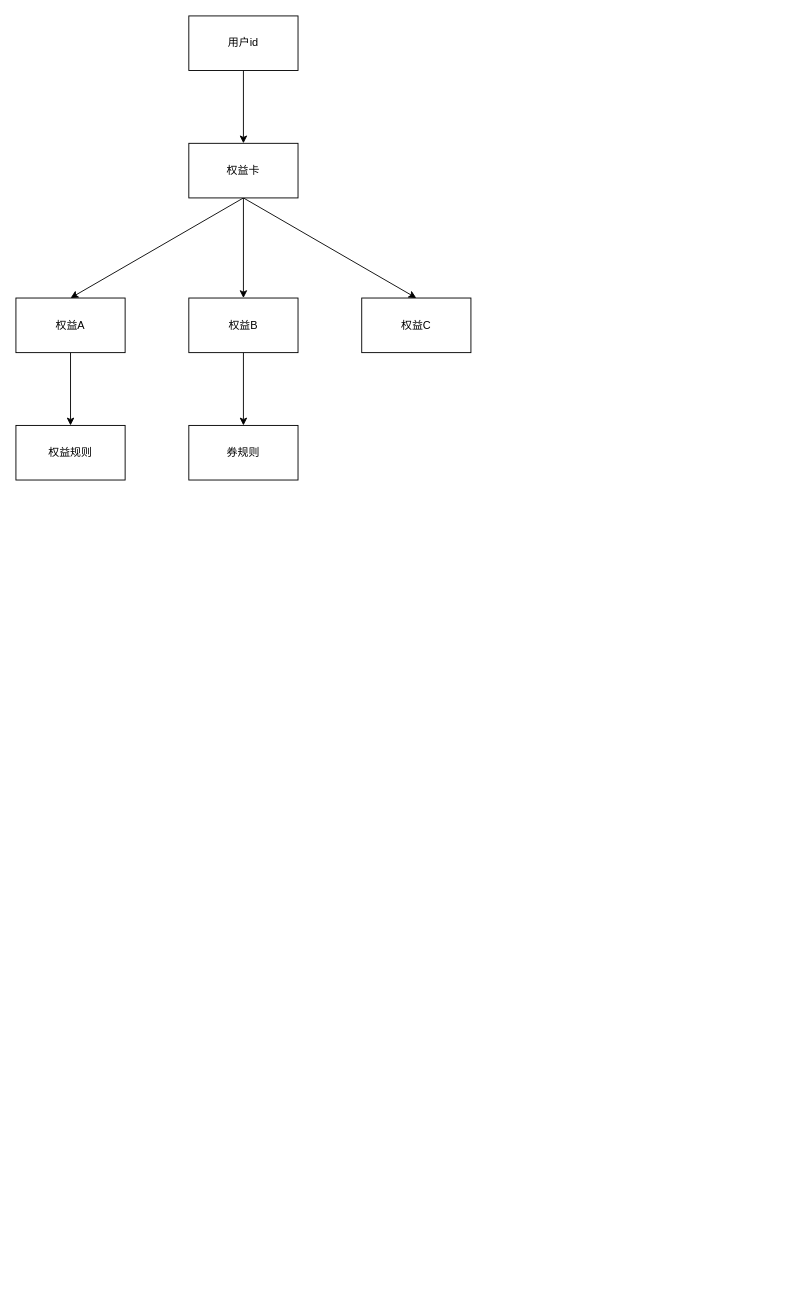
The draw.io diagram page "Page-24" (24 of 25) of Untitled Diagram.drawio in zengcrvip/basedemo, before the edit. Source tidied: cells renumbered, new cells numbered last; positions are measured from the earlier drawing's top-left corner, leaving out a move shared by most shapes. Both pictures are drawn from the tidied source at 91%, with x=0, y=0 at pixel (15, 15).
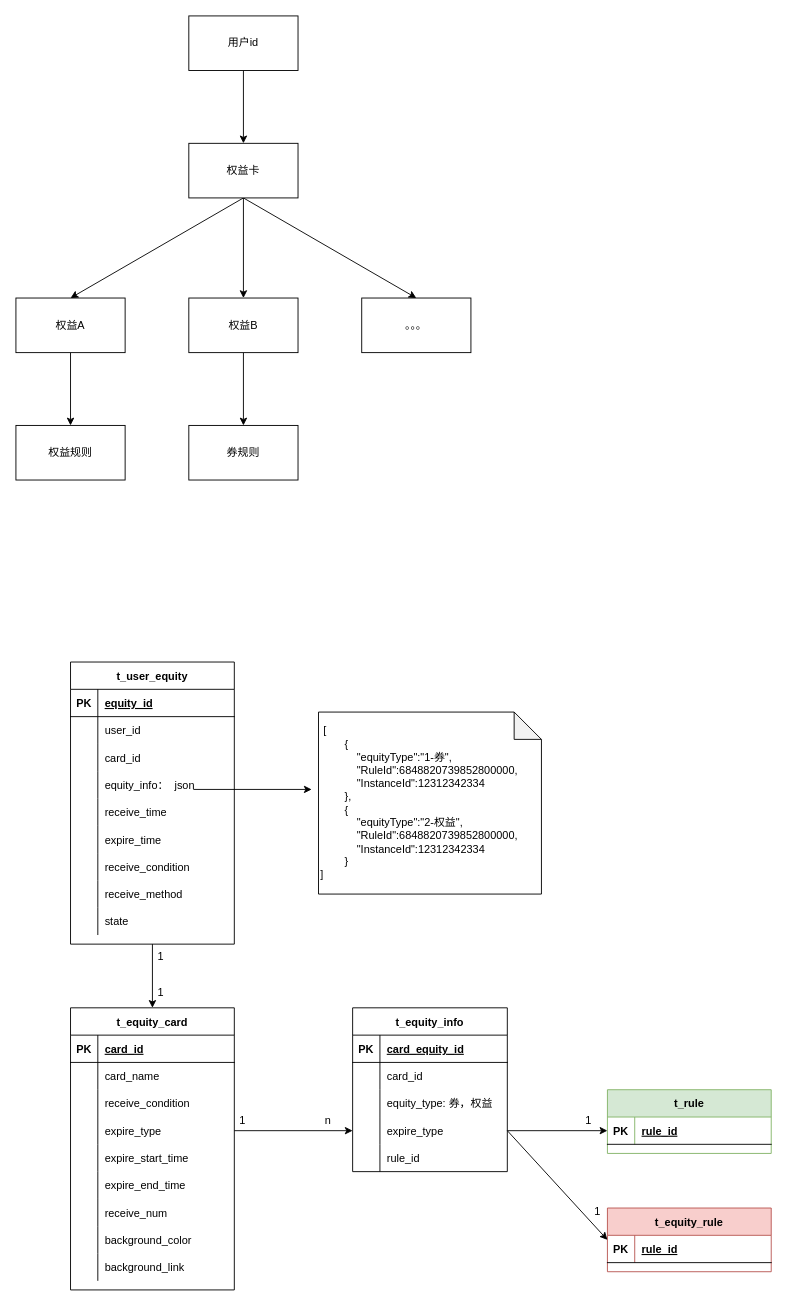
After the change.

Change to the diagram source:
```diff
@@
-    <mxCell id="12" value="权益C" style="rounded=0;whiteSpace=wrap;html=1;" parent="1" vertex="1">
+    <mxCell id="12" value="。。。" style="rounded=0;whiteSpace=wrap;html=1;" parent="1" vertex="1">
       <mxGeometry x="380" y="310" width="120" height="60" as="geometry" />
     </mxCell>
@@
+    <mxCell id="15" value="t_equity_card" style="shape=table;startSize=30;childLayout=tableLayout;rowLines=0;fontStyle=1;align=center;" parent="1" vertex="1">
+      <mxGeometry x="60" y="1090" width="180" height="310" as="geometry" />
+    </mxCell>
+    <mxCell id="16" style="shape=partialRectangle;fillColor=none;top=0;left=0;bottom=1;right=0;" parent="15" vertex="1">
+      <mxGeometry y="30" width="180" height="30" as="geometry" />
+    </mxCell>
+    <mxCell id="17" value="PK" style="shape=partialRectangle;fillColor=none;top=0;left=0;bottom=0;right=0;fontStyle=1;overflow=hidden;" parent="16" vertex="1">
+      <mxGeometry width="30" height="30" as="geometry" />
+    </mxCell>
+    <mxCell id="18" value="card_id" style="shape=partialRectangle;fillColor=none;top=0;left=0;bottom=0;right=0;align=left;spacingLeft=6;fontStyle=5;overflow=hidden;" parent="16" vertex="1">
+      <mxGeometry x="30" width="150" height="30" as="geometry" />
+    </mxCell>
+    <mxCell id="19" style="shape=partialRectangle;fillColor=none;top=0;left=0;bottom=0;right=0;" parent="15" vertex="1">
+      <mxGeometry y="60" width="180" height="30" as="geometry" />
+    </mxCell>
+    <mxCell id="20" style="shape=partialRectangle;fillColor=none;top=0;left=0;bottom=0;right=0;overflow=hidden;" parent="19" vertex="1">
+      <mxGeometry width="30" height="30" as="geometry" />
+    </mxCell>
+    <mxCell id="21" value="card_name" style="shape=partialRectangle;fillColor=none;top=0;left=0;bottom=0;right=0;align=left;spacingLeft=6;overflow=hidden;" parent="19" vertex="1">
+      <mxGeometry x="30" width="150" height="30" as="geometry" />
+    </mxCell>
+    <mxCell id="22" style="shape=partialRectangle;fillColor=none;top=0;left=0;bottom=0;right=0;" parent="15" vertex="1">
+      <mxGeometry y="90" width="180" height="30" as="geometry" />
+    </mxCell>
+    <mxCell id="23" style="shape=partialRectangle;fillColor=none;top=0;left=0;bottom=0;right=0;overflow=hidden;" parent="22" vertex="1">
+      <mxGeometry width="30" height="30" as="geometry" />
+    </mxCell>
+    <mxCell id="24" value="receive_condition" style="shape=partialRectangle;fillColor=none;top=0;left=0;bottom=0;right=0;align=left;spacingLeft=6;overflow=hidden;" parent="22" vertex="1">
+      <mxGeometry x="30" width="150" height="30" as="geometry" />
+    </mxCell>
+    <mxCell id="25" style="shape=partialRectangle;fillColor=none;top=0;left=0;bottom=0;right=0;points=[[0,0.5],[1,0.5]];portConstraint=eastwest;" parent="15" vertex="1">
+      <mxGeometry y="120" width="180" height="30" as="geometry" />
+    </mxCell>
+    <mxCell id="26" style="shape=partialRectangle;fillColor=none;top=0;left=0;bottom=0;right=0;overflow=hidden;" parent="25" vertex="1">
+      <mxGeometry width="30" height="30" as="geometry" />
+    </mxCell>
+    <mxCell id="27" value="expire_type" style="shape=partialRectangle;fillColor=none;top=0;left=0;bottom=0;right=0;align=left;spacingLeft=6;overflow=hidden;" parent="25" vertex="1">
+      <mxGeometry x="30" width="150" height="30" as="geometry" />
+    </mxCell>
+    <mxCell id="28" style="shape=partialRectangle;fillColor=none;top=0;left=0;bottom=0;right=0;" parent="15" vertex="1">
+      <mxGeometry y="150" width="180" height="30" as="geometry" />
+    </mxCell>
+    <mxCell id="29" style="shape=partialRectangle;fillColor=none;top=0;left=0;bottom=0;right=0;overflow=hidden;" parent="28" vertex="1">
+      <mxGeometry width="30" height="30" as="geometry" />
+    </mxCell>
+    <mxCell id="30" value="expire_start_time" style="shape=partialRectangle;fillColor=none;top=0;left=0;bottom=0;right=0;align=left;spacingLeft=6;overflow=hidden;" parent="28" vertex="1">
+      <mxGeometry x="30" width="150" height="30" as="geometry" />
+    </mxCell>
+    <mxCell id="31" style="shape=partialRectangle;fillColor=none;top=0;left=0;bottom=0;right=0;" parent="15" vertex="1">
+      <mxGeometry y="180" width="180" height="30" as="geometry" />
+    </mxCell>
+    <mxCell id="32" style="shape=partialRectangle;fillColor=none;top=0;left=0;bottom=0;right=0;overflow=hidden;" parent="31" vertex="1">
+      <mxGeometry width="30" height="30" as="geometry" />
+    </mxCell>
+    <mxCell id="33" value="expire_end_time" style="shape=partialRectangle;fillColor=none;top=0;left=0;bottom=0;right=0;align=left;spacingLeft=6;overflow=hidden;" parent="31" vertex="1">
+      <mxGeometry x="30" width="150" height="30" as="geometry" />
+    </mxCell>
+    <mxCell id="34" style="shape=partialRectangle;fillColor=none;top=0;left=0;bottom=0;right=0;" parent="15" vertex="1">
+      <mxGeometry y="210" width="180" height="30" as="geometry" />
+    </mxCell>
+    <mxCell id="35" style="shape=partialRectangle;fillColor=none;top=0;left=0;bottom=0;right=0;overflow=hidden;" parent="34" vertex="1">
+      <mxGeometry width="30" height="30" as="geometry" />
+    </mxCell>
+    <mxCell id="36" value="receive_num" style="shape=partialRectangle;fillColor=none;top=0;left=0;bottom=0;right=0;align=left;spacingLeft=6;overflow=hidden;" parent="34" vertex="1">
+      <mxGeometry x="30" width="150" height="30" as="geometry" />
+    </mxCell>
+    <mxCell id="37" style="shape=partialRectangle;fillColor=none;top=0;left=0;bottom=0;right=0;" parent="15" vertex="1">
+      <mxGeometry y="240" width="180" height="30" as="geometry" />
+    </mxCell>
+    <mxCell id="38" style="shape=partialRectangle;fillColor=none;top=0;left=0;bottom=0;right=0;overflow=hidden;" parent="37" vertex="1">
+      <mxGeometry width="30" height="30" as="geometry" />
+    </mxCell>
+    <mxCell id="39" value="background_color" style="shape=partialRectangle;fillColor=none;top=0;left=0;bottom=0;right=0;align=left;spacingLeft=6;overflow=hidden;" parent="37" vertex="1">
+      <mxGeometry x="30" width="150" height="30" as="geometry" />
+    </mxCell>
+    <mxCell id="40" style="shape=partialRectangle;fillColor=none;top=0;left=0;bottom=0;right=0;" parent="15" vertex="1">
+      <mxGeometry y="270" width="180" height="30" as="geometry" />
+    </mxCell>
+    <mxCell id="41" style="shape=partialRectangle;fillColor=none;top=0;left=0;bottom=0;right=0;overflow=hidden;" parent="40" vertex="1">
+      <mxGeometry width="30" height="30" as="geometry" />
+    </mxCell>
+    <mxCell id="42" value="background_link" style="shape=partialRectangle;fillColor=none;top=0;left=0;bottom=0;right=0;align=left;spacingLeft=6;overflow=hidden;" parent="40" vertex="1">
+      <mxGeometry x="30" width="150" height="30" as="geometry" />
+    </mxCell>
+    <mxCell id="43" value="t_equity_info" style="shape=table;startSize=30;childLayout=tableLayout;rowLines=0;fontStyle=1;align=center;" parent="1" vertex="1">
+      <mxGeometry x="370" y="1090" width="170" height="180" as="geometry" />
+    </mxCell>
+    <mxCell id="44" style="shape=partialRectangle;fillColor=none;top=0;left=0;bottom=1;right=0;" parent="43" vertex="1">
+      <mxGeometry y="30" width="170" height="30" as="geometry" />
+    </mxCell>
+    <mxCell id="45" value="PK" style="shape=partialRectangle;fillColor=none;top=0;left=0;bottom=0;right=0;fontStyle=1;overflow=hidden;" parent="44" vertex="1">
+      <mxGeometry width="30" height="30" as="geometry" />
+    </mxCell>
+    <mxCell id="46" value="card_equity_id" style="shape=partialRectangle;fillColor=none;top=0;left=0;bottom=0;right=0;align=left;spacingLeft=6;fontStyle=5;overflow=hidden;" parent="44" vertex="1">
+      <mxGeometry x="30" width="140" height="30" as="geometry" />
+    </mxCell>
+    <mxCell id="47" style="shape=partialRectangle;fillColor=none;top=0;left=0;bottom=0;right=0;" parent="43" vertex="1">
+      <mxGeometry y="60" width="170" height="30" as="geometry" />
+    </mxCell>
+    <mxCell id="48" style="shape=partialRectangle;fillColor=none;top=0;left=0;bottom=0;right=0;overflow=hidden;" parent="47" vertex="1">
+      <mxGeometry width="30" height="30" as="geometry" />
+    </mxCell>
+    <mxCell id="49" value="card_id" style="shape=partialRectangle;fillColor=none;top=0;left=0;bottom=0;right=0;align=left;spacingLeft=6;overflow=hidden;" parent="47" vertex="1">
+      <mxGeometry x="30" width="140" height="30" as="geometry" />
+    </mxCell>
+    <mxCell id="50" style="shape=partialRectangle;fillColor=none;top=0;left=0;bottom=0;right=0;" parent="43" vertex="1">
+      <mxGeometry y="90" width="170" height="30" as="geometry" />
+    </mxCell>
+    <mxCell id="51" style="shape=partialRectangle;fillColor=none;top=0;left=0;bottom=0;right=0;overflow=hidden;" parent="50" vertex="1">
+      <mxGeometry width="30" height="30" as="geometry" />
+    </mxCell>
+    <mxCell id="52" value="equity_type: 券，权益" style="shape=partialRectangle;fillColor=none;top=0;left=0;bottom=0;right=0;align=left;spacingLeft=6;overflow=hidden;" parent="50" vertex="1">
+      <mxGeometry x="30" width="140" height="30" as="geometry" />
+    </mxCell>
+    <mxCell id="53" style="shape=partialRectangle;fillColor=none;top=0;left=0;bottom=0;right=0;points=[[0,0.5],[1,0.5]];portConstraint=eastwest;" parent="43" vertex="1">
+      <mxGeometry y="120" width="170" height="30" as="geometry" />
+    </mxCell>
+    <mxCell id="54" style="shape=partialRectangle;fillColor=none;top=0;left=0;bottom=0;right=0;overflow=hidden;" parent="53" vertex="1">
+      <mxGeometry width="30" height="30" as="geometry" />
+    </mxCell>
+    <mxCell id="55" value="expire_type" style="shape=partialRectangle;fillColor=none;top=0;left=0;bottom=0;right=0;align=left;spacingLeft=6;overflow=hidden;" parent="53" vertex="1">
+      <mxGeometry x="30" width="140" height="30" as="geometry" />
+    </mxCell>
+    <mxCell id="56" style="shape=partialRectangle;fillColor=none;top=0;left=0;bottom=0;right=0;" parent="43" vertex="1">
+      <mxGeometry y="150" width="170" height="30" as="geometry" />
+    </mxCell>
+    <mxCell id="57" style="shape=partialRectangle;fillColor=none;top=0;left=0;bottom=0;right=0;overflow=hidden;" parent="56" vertex="1">
+      <mxGeometry width="30" height="30" as="geometry" />
+    </mxCell>
+    <mxCell id="58" value="rule_id" style="shape=partialRectangle;fillColor=none;top=0;left=0;bottom=0;right=0;align=left;spacingLeft=6;overflow=hidden;" parent="56" vertex="1">
+      <mxGeometry x="30" width="140" height="30" as="geometry" />
+    </mxCell>
+    <mxCell id="59" style="edgeStyle=orthogonalEdgeStyle;rounded=0;jettySize=auto;html=1;exitX=1;exitY=0.5;exitDx=0;exitDy=0;entryX=0;entryY=0.5;entryDx=0;entryDy=0;" parent="1" edge="1" source="25" target="53">
+      <mxGeometry relative="1" as="geometry" />
+    </mxCell>
+    <mxCell id="60" value="t_rule" style="shape=table;startSize=30;childLayout=tableLayout;rowLines=0;fontStyle=1;align=center;fillColor=#d5e8d4;strokeColor=#82b366;" parent="1" vertex="1">
+      <mxGeometry x="650" y="1180" width="180" height="70" as="geometry" />
+    </mxCell>
+    <mxCell id="61" style="shape=partialRectangle;fillColor=none;top=0;left=0;bottom=1;right=0;points=[[0,0.5],[1,0.5]];portConstraint=eastwest;" parent="60" vertex="1">
+      <mxGeometry y="30" width="180" height="30" as="geometry" />
+    </mxCell>
+    <mxCell id="62" value="PK" style="shape=partialRectangle;fillColor=none;top=0;left=0;bottom=0;right=0;fontStyle=1;overflow=hidden;" parent="61" vertex="1">
+      <mxGeometry width="30" height="30" as="geometry" />
+    </mxCell>
+    <mxCell id="63" value="rule_id" style="shape=partialRectangle;fillColor=none;top=0;left=0;bottom=0;right=0;align=left;spacingLeft=6;fontStyle=5;overflow=hidden;" parent="61" vertex="1">
+      <mxGeometry x="30" width="150" height="30" as="geometry" />
+    </mxCell>
+    <mxCell id="64" style="edgeStyle=orthogonalEdgeStyle;rounded=0;jettySize=auto;html=1;exitX=0.5;exitY=1;exitDx=0;exitDy=0;" parent="1" edge="1" source="65" target="15">
+      <mxGeometry relative="1" as="geometry" />
+    </mxCell>
+    <mxCell id="65" value="t_user_equity" style="shape=table;startSize=30;childLayout=tableLayout;rowLines=0;fontStyle=1;align=center;" parent="1" vertex="1">
+      <mxGeometry x="60" y="710" width="180" height="310" as="geometry" />
+    </mxCell>
+    <mxCell id="66" style="shape=partialRectangle;fillColor=none;top=0;left=0;bottom=1;right=0;" parent="65" vertex="1">
+      <mxGeometry y="30" width="180" height="30" as="geometry" />
+    </mxCell>
+    <mxCell id="67" value="PK" style="shape=partialRectangle;fillColor=none;top=0;left=0;bottom=0;right=0;fontStyle=1;overflow=hidden;" parent="66" vertex="1">
+      <mxGeometry width="30" height="30" as="geometry" />
+    </mxCell>
+    <mxCell id="68" value="equity_id" style="shape=partialRectangle;fillColor=none;top=0;left=0;bottom=0;right=0;align=left;spacingLeft=6;fontStyle=5;overflow=hidden;" parent="66" vertex="1">
+      <mxGeometry x="30" width="150" height="30" as="geometry" />
+    </mxCell>
+    <mxCell id="69" style="shape=partialRectangle;fillColor=none;top=0;left=0;bottom=0;right=0;" parent="65" vertex="1">
+      <mxGeometry y="60" width="180" height="30" as="geometry" />
+    </mxCell>
+    <mxCell id="70" style="shape=partialRectangle;fillColor=none;top=0;left=0;bottom=0;right=0;overflow=hidden;" parent="69" vertex="1">
+      <mxGeometry width="30" height="30" as="geometry" />
+    </mxCell>
+    <mxCell id="71" value="user_id" style="shape=partialRectangle;fillColor=none;top=0;left=0;bottom=0;right=0;align=left;spacingLeft=6;overflow=hidden;" parent="69" vertex="1">
+      <mxGeometry x="30" width="150" height="30" as="geometry" />
+    </mxCell>
+    <mxCell id="72" style="shape=partialRectangle;fillColor=none;top=0;left=0;bottom=0;right=0;" parent="65" vertex="1">
+      <mxGeometry y="90" width="180" height="30" as="geometry" />
+    </mxCell>
+    <mxCell id="73" style="shape=partialRectangle;fillColor=none;top=0;left=0;bottom=0;right=0;overflow=hidden;" parent="72" vertex="1">
+      <mxGeometry width="30" height="30" as="geometry" />
+    </mxCell>
+    <mxCell id="74" value="card_id" style="shape=partialRectangle;fillColor=none;top=0;left=0;bottom=0;right=0;align=left;spacingLeft=6;overflow=hidden;" parent="72" vertex="1">
+      <mxGeometry x="30" width="150" height="30" as="geometry" />
+    </mxCell>
+    <mxCell id="75" style="shape=partialRectangle;fillColor=none;top=0;left=0;bottom=0;right=0;" parent="65" vertex="1">
+      <mxGeometry y="120" width="180" height="30" as="geometry" />
+    </mxCell>
+    <mxCell id="76" style="shape=partialRectangle;fillColor=none;top=0;left=0;bottom=0;right=0;overflow=hidden;" parent="75" vertex="1">
+      <mxGeometry width="30" height="30" as="geometry" />
+    </mxCell>
+    <mxCell id="77" value="equity_info：  json" style="shape=partialRectangle;fillColor=none;top=0;left=0;bottom=0;right=0;align=left;spacingLeft=6;overflow=hidden;" parent="75" vertex="1">
+      <mxGeometry x="30" width="150" height="30" as="geometry" />
+    </mxCell>
+    <mxCell id="78" style="shape=partialRectangle;fillColor=none;top=0;left=0;bottom=0;right=0;" parent="65" vertex="1">
+      <mxGeometry y="150" width="180" height="30" as="geometry" />
+    </mxCell>
+    <mxCell id="79" style="shape=partialRectangle;fillColor=none;top=0;left=0;bottom=0;right=0;overflow=hidden;" parent="78" vertex="1">
+      <mxGeometry width="30" height="30" as="geometry" />
+    </mxCell>
+    <mxCell id="80" value="receive_time" style="shape=partialRectangle;fillColor=none;top=0;left=0;bottom=0;right=0;align=left;spacingLeft=6;overflow=hidden;" parent="78" vertex="1">
+      <mxGeometry x="30" width="150" height="30" as="geometry" />
+    </mxCell>
+    <mxCell id="81" style="shape=partialRectangle;fillColor=none;top=0;left=0;bottom=0;right=0;" parent="65" vertex="1">
+      <mxGeometry y="180" width="180" height="30" as="geometry" />
+    </mxCell>
+    <mxCell id="82" style="shape=partialRectangle;fillColor=none;top=0;left=0;bottom=0;right=0;overflow=hidden;" parent="81" vertex="1">
+      <mxGeometry width="30" height="30" as="geometry" />
+    </mxCell>
+    <mxCell id="83" value="expire_time" style="shape=partialRectangle;fillColor=none;top=0;left=0;bottom=0;right=0;align=left;spacingLeft=6;overflow=hidden;" parent="81" vertex="1">
+      <mxGeometry x="30" width="150" height="30" as="geometry" />
+    </mxCell>
+    <mxCell id="84" style="shape=partialRectangle;fillColor=none;top=0;left=0;bottom=0;right=0;" parent="65" vertex="1">
+      <mxGeometry y="210" width="180" height="30" as="geometry" />
+    </mxCell>
+    <mxCell id="85" style="shape=partialRectangle;fillColor=none;top=0;left=0;bottom=0;right=0;overflow=hidden;" parent="84" vertex="1">
+      <mxGeometry width="30" height="30" as="geometry" />
+    </mxCell>
+    <mxCell id="86" value="receive_condition" style="shape=partialRectangle;fillColor=none;top=0;left=0;bottom=0;right=0;align=left;spacingLeft=6;overflow=hidden;" parent="84" vertex="1">
+      <mxGeometry x="30" width="150" height="30" as="geometry" />
+    </mxCell>
+    <mxCell id="87" style="shape=partialRectangle;fillColor=none;top=0;left=0;bottom=0;right=0;" parent="65" vertex="1">
+      <mxGeometry y="240" width="180" height="30" as="geometry" />
+    </mxCell>
+    <mxCell id="88" style="shape=partialRectangle;fillColor=none;top=0;left=0;bottom=0;right=0;overflow=hidden;" parent="87" vertex="1">
+      <mxGeometry width="30" height="30" as="geometry" />
+    </mxCell>
+    <mxCell id="89" value="receive_method" style="shape=partialRectangle;fillColor=none;top=0;left=0;bottom=0;right=0;align=left;spacingLeft=6;overflow=hidden;" parent="87" vertex="1">
+      <mxGeometry x="30" width="150" height="30" as="geometry" />
+    </mxCell>
+    <mxCell id="90" style="shape=partialRectangle;fillColor=none;top=0;left=0;bottom=0;right=0;" parent="65" vertex="1">
+      <mxGeometry y="270" width="180" height="30" as="geometry" />
+    </mxCell>
+    <mxCell id="91" style="shape=partialRectangle;fillColor=none;top=0;left=0;bottom=0;right=0;overflow=hidden;" parent="90" vertex="1">
+      <mxGeometry width="30" height="30" as="geometry" />
+    </mxCell>
+    <mxCell id="92" value="state" style="shape=partialRectangle;fillColor=none;top=0;left=0;bottom=0;right=0;align=left;spacingLeft=6;overflow=hidden;" parent="90" vertex="1">
+      <mxGeometry x="30" width="150" height="30" as="geometry" />
+    </mxCell>
+    <mxCell id="93" value="t_equity_rule" style="shape=table;startSize=30;childLayout=tableLayout;rowLines=0;fontStyle=1;align=center;fillColor=#f8cecc;strokeColor=#b85450;" parent="1" vertex="1">
+      <mxGeometry x="650" y="1310" width="180" height="70" as="geometry" />
+    </mxCell>
+    <mxCell id="94" style="shape=partialRectangle;fillColor=none;top=0;left=0;bottom=1;right=0;" parent="93" vertex="1">
+      <mxGeometry y="30" width="180" height="30" as="geometry" />
+    </mxCell>
+    <mxCell id="95" value="PK" style="shape=partialRectangle;fillColor=none;top=0;left=0;bottom=0;right=0;fontStyle=1;overflow=hidden;" parent="94" vertex="1">
+      <mxGeometry width="30" height="30" as="geometry" />
+    </mxCell>
+    <mxCell id="96" value="rule_id" style="shape=partialRectangle;fillColor=none;top=0;left=0;bottom=0;right=0;align=left;spacingLeft=6;fontStyle=5;overflow=hidden;" parent="94" vertex="1">
+      <mxGeometry x="30" width="150" height="30" as="geometry" />
+    </mxCell>
+    <mxCell id="97" value="1" style="text;strokeColor=none;fillColor=none;spacingLeft=4;spacingRight=4;overflow=hidden;fontSize=12;" parent="1" vertex="1">
+      <mxGeometry x="150" y="1060" width="40" height="30" as="geometry" />
+    </mxCell>
+    <mxCell id="98" value="1" style="text;strokeColor=none;fillColor=none;spacingLeft=4;spacingRight=4;overflow=hidden;fontSize=12;" parent="1" vertex="1">
+      <mxGeometry x="150" y="1020" width="40" height="30" as="geometry" />
+    </mxCell>
+    <mxCell id="99" value="1" style="text;strokeColor=none;fillColor=none;spacingLeft=4;spacingRight=4;overflow=hidden;fontSize=12;" parent="1" vertex="1">
+      <mxGeometry x="240" y="1200" width="40" height="30" as="geometry" />
+    </mxCell>
+    <mxCell id="100" value="n" style="text;strokeColor=none;fillColor=none;spacingLeft=4;spacingRight=4;overflow=hidden;fontSize=12;" parent="1" vertex="1">
+      <mxGeometry x="334" y="1200" width="40" height="30" as="geometry" />
+    </mxCell>
+    <mxCell id="101" style="edgeStyle=orthogonalEdgeStyle;rounded=0;jettySize=auto;html=1;exitX=1;exitY=0.5;exitDx=0;exitDy=0;entryX=0;entryY=0.5;entryDx=0;entryDy=0;" parent="1" edge="1" source="53" target="61">
+      <mxGeometry relative="1" as="geometry" />
+    </mxCell>
+    <mxCell id="102" value="1" style="text;strokeColor=none;fillColor=none;spacingLeft=4;spacingRight=4;overflow=hidden;fontSize=12;" parent="1" vertex="1">
+      <mxGeometry x="620" y="1200" width="40" height="30" as="geometry" />
+    </mxCell>
+    <mxCell id="103" style="rounded=0;jettySize=auto;html=1;exitX=1;exitY=0.5;exitDx=0;exitDy=0;entryX=0;entryY=0.5;entryDx=0;entryDy=0;" parent="1" edge="1" source="53" target="93">
+      <mxGeometry relative="1" as="geometry" />
+    </mxCell>
+    <mxCell id="104" value="1" style="text;strokeColor=none;fillColor=none;spacingLeft=4;spacingRight=4;overflow=hidden;fontSize=12;" parent="1" vertex="1">
+      <mxGeometry x="630" y="1300" width="40" height="30" as="geometry" />
+    </mxCell>
+    <mxCell id="105" value="&lt;div&gt;&amp;nbsp;[&lt;/div&gt;&lt;div&gt;&amp;nbsp; &amp;nbsp; &amp;nbsp; &amp;nbsp; {&lt;/div&gt;&lt;div&gt;&amp;nbsp; &amp;nbsp; &amp;nbsp; &amp;nbsp; &amp;nbsp; &amp;nbsp; &quot;equityType&quot;:&quot;1-券&quot;,&lt;/div&gt;&lt;div&gt;&amp;nbsp; &amp;nbsp; &amp;nbsp; &amp;nbsp; &amp;nbsp; &amp;nbsp; &quot;RuleId&quot;:6848820739852800000,&lt;/div&gt;&lt;div&gt;&amp;nbsp; &amp;nbsp; &amp;nbsp; &amp;nbsp; &amp;nbsp; &amp;nbsp; &quot;InstanceId&quot;:12312342334&lt;/div&gt;&lt;div&gt;&amp;nbsp; &amp;nbsp; &amp;nbsp; &amp;nbsp; },&lt;/div&gt;&lt;div&gt;&amp;nbsp; &amp;nbsp; &amp;nbsp; &amp;nbsp; {&lt;/div&gt;&lt;div&gt;&amp;nbsp; &amp;nbsp; &amp;nbsp; &amp;nbsp; &amp;nbsp; &amp;nbsp; &quot;equityType&quot;:&quot;2-权益&quot;,&lt;/div&gt;&lt;div&gt;&amp;nbsp; &amp;nbsp; &amp;nbsp; &amp;nbsp; &amp;nbsp; &amp;nbsp; &quot;RuleId&quot;:6848820739852800000,&lt;/div&gt;&lt;div&gt;&amp;nbsp; &amp;nbsp; &amp;nbsp; &amp;nbsp; &amp;nbsp; &amp;nbsp; &quot;InstanceId&quot;:12312342334&lt;/div&gt;&lt;div&gt;&amp;nbsp; &amp;nbsp; &amp;nbsp; &amp;nbsp; }&lt;/div&gt;&lt;div style=&quot;&quot;&gt;]&lt;/div&gt;" style="shape=note;whiteSpace=wrap;html=1;backgroundOutline=1;darkOpacity=0.05;align=left;" parent="1" vertex="1">
+      <mxGeometry x="332.5" y="765" width="245" height="200" as="geometry" />
+    </mxCell>
+    <mxCell id="106" style="endArrow=classic;html=1;rounded=0;" parent="1" edge="1">
+      <mxGeometry relative="1" as="geometry">
+        <mxPoint x="195" y="850" as="sourcePoint" />
+        <mxPoint x="325" y="850" as="targetPoint" />
+      </mxGeometry>
+    </mxCell>
```
